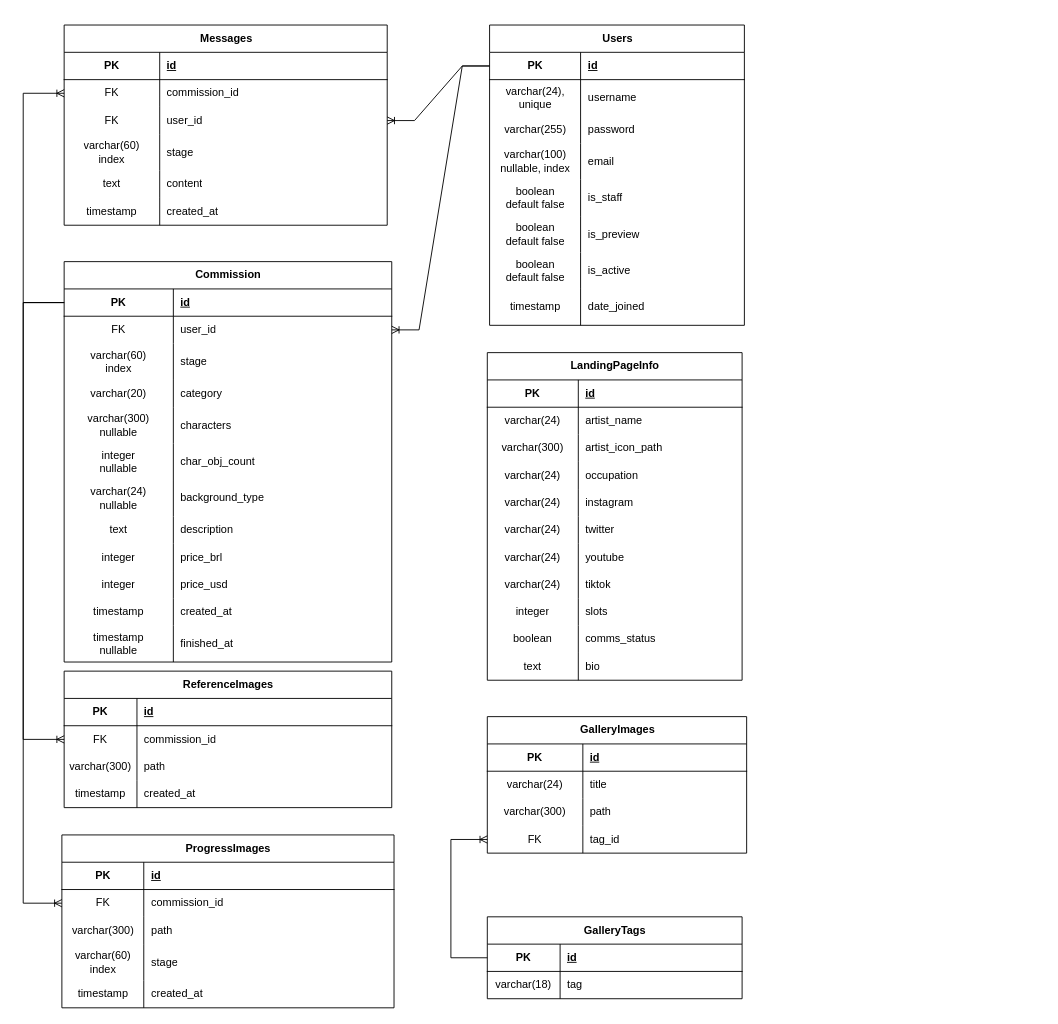
Earlier version of the draw.io diagram docs/diagramas/OAtelierER.drawio (nemesis-noctis/o-atelier). Source tidied: cells renumbered, new cells numbered last; positions are measured from the earlier drawing's top-left corner, leaving out a move shared by most shapes. Both pictures are drawn from the tidied source at 91%, with x=0, y=0 at pixel (23, 25).
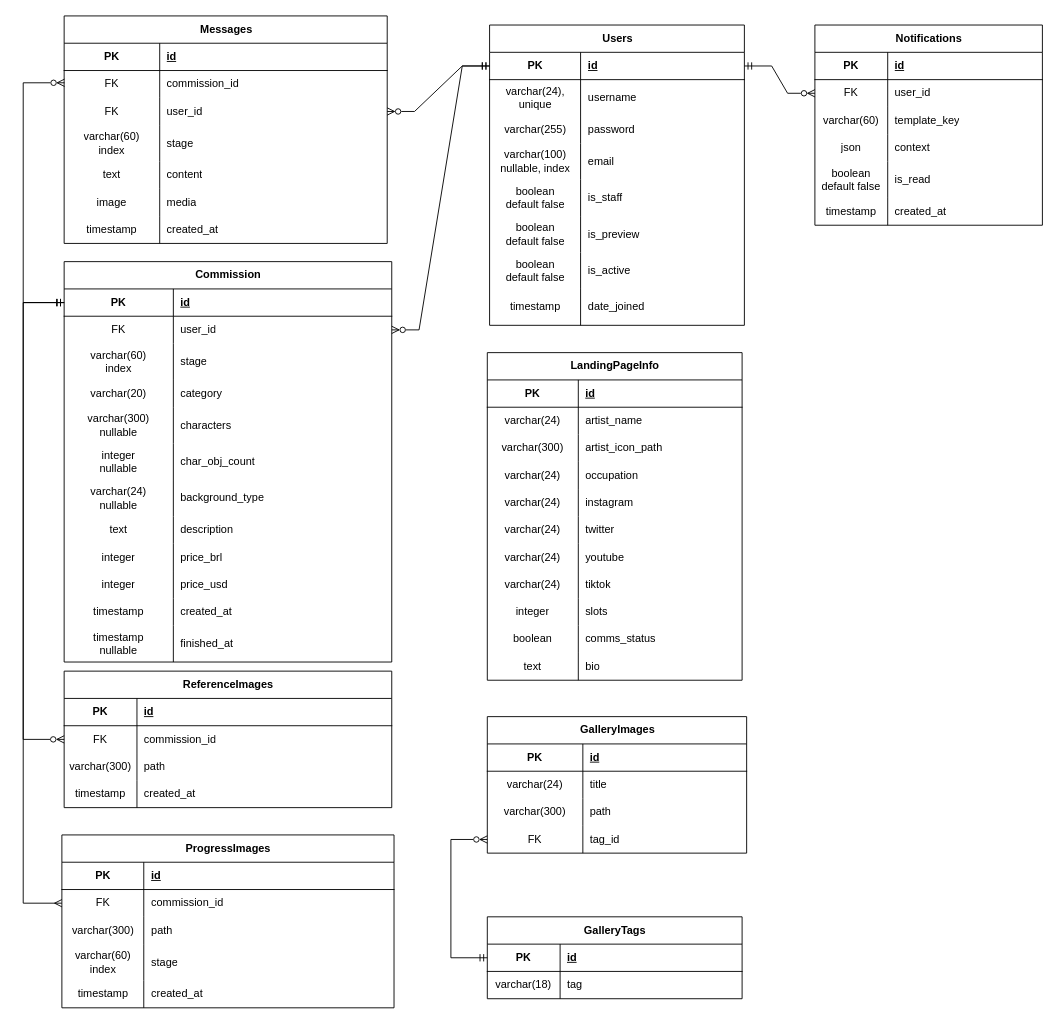
The same page after the edit.

Unchanged cells that the change refers to:
```xml
<mxCell id="37" style="shape=tableRow;horizontal=0;startSize=0;swimlaneHead=0;swimlaneBody=0;fillColor=none;points=[[0,0.5],[1,0.5]];portConstraint=eastwest;top=0;left=0;right=0;bottom=1;" parent="36" vertex="1">
  <mxGeometry y="30" width="280" height="30" as="geometry" />
</mxCell>
<mxCell id="62" style="shape=tableRow;horizontal=0;startSize=0;swimlaneHead=0;swimlaneBody=0;fillColor=none;points=[[0,0.5],[1,0.5]];portConstraint=eastwest;top=0;left=0;right=0;bottom=1;" parent="61" vertex="1">
  <mxGeometry y="30" width="280" height="30" as="geometry" />
</mxCell>
<mxCell id="78" style="shape=tableRow;horizontal=0;startSize=0;swimlaneHead=0;swimlaneBody=0;fillColor=none;points=[[0,0.5],[1,0.5]];portConstraint=eastwest;top=0;left=0;right=0;bottom=0;" parent="68" vertex="1">
  <mxGeometry y="120" width="285" height="30" as="geometry" />
</mxCell>
<mxCell id="83" style="shape=tableRow;horizontal=0;startSize=0;swimlaneHead=0;swimlaneBody=0;fillColor=none;points=[[0,0.5],[1,0.5]];portConstraint=eastwest;top=0;left=0;right=0;bottom=1;" parent="82" vertex="1">
  <mxGeometry y="30" width="360" height="30" as="geometry" />
</mxCell>
<mxCell id="86" style="shape=tableRow;horizontal=0;startSize=0;swimlaneHead=0;swimlaneBody=0;fillColor=none;points=[[0,0.5],[1,0.5]];portConstraint=eastwest;top=0;left=0;right=0;bottom=0;" parent="82" vertex="1">
  <mxGeometry y="60" width="360" height="30" as="geometry" />
</mxCell>
<mxCell id="124" style="shape=tableRow;horizontal=0;startSize=0;swimlaneHead=0;swimlaneBody=0;fillColor=none;points=[[0,0.5],[1,0.5]];portConstraint=eastwest;top=0;left=0;right=0;bottom=0;" parent="120" vertex="1">
  <mxGeometry y="60" width="360" height="30" as="geometry" />
</mxCell>
<mxCell id="137" style="shape=tableRow;horizontal=0;startSize=0;swimlaneHead=0;swimlaneBody=0;fillColor=none;points=[[0,0.5],[1,0.5]];portConstraint=eastwest;top=0;left=0;right=0;bottom=0;" parent="133" vertex="1">
  <mxGeometry y="60" width="365" height="30" as="geometry" />
</mxCell>
<mxCell id="155" style="shape=tableRow;horizontal=0;startSize=0;swimlaneHead=0;swimlaneBody=0;fillColor=none;points=[[0,0.5],[1,0.5]];portConstraint=eastwest;top=0;left=0;right=0;bottom=0;" parent="151" vertex="1">
  <mxGeometry y="60" width="355" height="30" as="geometry" />
</mxCell>
<mxCell id="158" style="shape=tableRow;horizontal=0;startSize=0;swimlaneHead=0;swimlaneBody=0;fillColor=none;points=[[0,0.5],[1,0.5]];portConstraint=eastwest;top=0;left=0;right=0;bottom=0;" parent="151" vertex="1">
  <mxGeometry y="90" width="355" height="30" as="geometry" />
</mxCell>
<mxCell id="167" style="shape=tableRow;horizontal=0;startSize=0;swimlaneHead=0;swimlaneBody=0;fillColor=none;top=0;left=0;right=0;bottom=0;" parent="151" vertex="1">
  <mxGeometry y="190" width="355" height="30" as="geometry" />
</mxCell>
```

Diff of the diagram source:
```diff
@@
-    <mxCell id="81" style="edgeStyle=orthogonalEdgeStyle;fontSize=12;html=1;endArrow=ERoneToMany;rounded=0;exitX=0;exitY=0.5;exitDx=0;exitDy=0;entryX=0;entryY=0.5;entryDx=0;entryDy=0;" parent="1" edge="1" source="62" target="78">
+    <mxCell id="81" style="edgeStyle=orthogonalEdgeStyle;fontSize=12;html=1;endArrow=ERzeroToMany;rounded=0;exitX=0;exitY=0.5;exitDx=0;exitDy=0;entryX=0;entryY=0.5;entryDx=0;entryDy=0;endFill=0;startArrow=ERmandOne;startFill=0;" parent="1" edge="1" source="62" target="78">
       <mxGeometry relative="1" as="geometry">
         <Array as="points">
           <mxPoint x="470" y="1025" />
           <mxPoint x="470" y="895" />
         </Array>
       </mxGeometry>
     </mxCell>
@@
-    <mxCell id="119" style="edgeStyle=entityRelationEdgeStyle;fontSize=12;html=1;endArrow=ERoneToMany;rounded=0;exitX=0;exitY=0.5;exitDx=0;exitDy=0;entryX=1;entryY=0.5;entryDx=0;entryDy=0;" parent="1" edge="1" source="37" target="86">
+    <mxCell id="119" style="edgeStyle=entityRelationEdgeStyle;fontSize=12;html=1;endArrow=ERzeroToMany;rounded=0;exitX=0;exitY=0.5;exitDx=0;exitDy=0;entryX=1;entryY=0.5;entryDx=0;entryDy=0;endFill=0;startArrow=ERmandOne;startFill=0;" parent="1" edge="1" source="37" target="86">
       <mxGeometry relative="1" as="geometry" />
     </mxCell>
@@
-    <mxCell id="149" style="edgeStyle=orthogonalEdgeStyle;fontSize=12;html=1;endArrow=ERoneToMany;rounded=0;entryX=0;entryY=0.5;entryDx=0;entryDy=0;exitX=0;exitY=0.5;exitDx=0;exitDy=0;" parent="1" edge="1" source="83" target="124">
+    <mxCell id="149" style="edgeStyle=orthogonalEdgeStyle;fontSize=12;html=1;endArrow=ERzeroToMany;rounded=0;entryX=0;entryY=0.5;entryDx=0;entryDy=0;exitX=0;exitY=0.5;exitDx=0;exitDy=0;startArrow=ERmandOne;startFill=0;endFill=0;" parent="1" edge="1" source="83" target="124">
       <mxGeometry relative="1" as="geometry">
         <Array as="points">
           <mxPoint y="305" />
           <mxPoint y="785" />
         </Array>
       </mxGeometry>
     </mxCell>
-    <mxCell id="150" style="edgeStyle=orthogonalEdgeStyle;fontSize=12;html=1;endArrow=ERoneToMany;rounded=0;entryX=0;entryY=0.5;entryDx=0;entryDy=0;exitX=0;exitY=0.5;exitDx=0;exitDy=0;" parent="1" edge="1" source="83" target="137">
+    <mxCell id="150" style="edgeStyle=orthogonalEdgeStyle;fontSize=12;html=1;endArrow=ERmany;rounded=0;entryX=0;entryY=0.5;entryDx=0;entryDy=0;exitX=0;exitY=0.5;exitDx=0;exitDy=0;startArrow=ERmandOne;startFill=0;endFill=0;" parent="1" edge="1" source="83" target="137">
       <mxGeometry relative="1" as="geometry">
         <Array as="points">
           <mxPoint y="305" />
           <mxPoint y="965" />
         </Array>
       </mxGeometry>
     </mxCell>
     <mxCell id="151" value="Messages" style="shape=table;startSize=30;childLayout=tableLayout;rowLines=0;fontStyle=1;align=center;html=1;" parent="1" vertex="1">
-      <mxGeometry x="45" width="355" height="220" as="geometry" />
+      <mxGeometry x="45" y="-10" width="355" height="250" as="geometry" />
     </mxCell>
@@
-    <mxCell id="168" value="timestamp" style="shape=partialRectangle;fillColor=none;top=0;left=0;bottom=0;right=0;overflow=hidden;whiteSpace=wrap;html=1;" parent="167" vertex="1">
+    <mxCell id="168" value="image" style="shape=partialRectangle;fillColor=none;top=0;left=0;bottom=0;right=0;overflow=hidden;whiteSpace=wrap;html=1;" parent="167" vertex="1">
       <mxGeometry width="105" height="30" as="geometry" />
     </mxCell>
-    <mxCell id="169" value="created_at" style="shape=partialRectangle;fillColor=none;top=0;left=0;bottom=0;right=0;align=left;spacingLeft=6;overflow=hidden;whiteSpace=wrap;html=1;" parent="167" vertex="1">
+    <mxCell id="169" value="media" style="shape=partialRectangle;fillColor=none;top=0;left=0;bottom=0;right=0;align=left;spacingLeft=6;overflow=hidden;whiteSpace=wrap;html=1;" parent="167" vertex="1">
       <mxGeometry x="105" width="250" height="30" as="geometry" />
     </mxCell>
+    <mxCell id="172" style="shape=tableRow;horizontal=0;startSize=0;swimlaneHead=0;swimlaneBody=0;fillColor=none;top=0;left=0;right=0;bottom=0;" parent="151" vertex="1">
+      <mxGeometry y="220" width="355" height="30" as="geometry" />
+    </mxCell>
+    <mxCell id="173" value="timestamp" style="shape=partialRectangle;fillColor=none;top=0;left=0;bottom=0;right=0;overflow=hidden;whiteSpace=wrap;html=1;" parent="172" vertex="1">
+      <mxGeometry width="105" height="30" as="geometry" />
+    </mxCell>
+    <mxCell id="174" value="created_at" style="shape=partialRectangle;fillColor=none;top=0;left=0;bottom=0;right=0;align=left;spacingLeft=6;overflow=hidden;whiteSpace=wrap;html=1;" parent="172" vertex="1">
+      <mxGeometry x="105" width="250" height="30" as="geometry" />
+    </mxCell>
-    <mxCell id="170" style="edgeStyle=orthogonalEdgeStyle;fontSize=12;html=1;endArrow=ERoneToMany;rounded=0;entryX=0;entryY=0.5;entryDx=0;entryDy=0;exitX=0;exitY=0.5;exitDx=0;exitDy=0;" parent="1" edge="1" source="83" target="155">
+    <mxCell id="170" style="edgeStyle=orthogonalEdgeStyle;fontSize=12;html=1;endArrow=ERzeroToMany;rounded=0;entryX=0.001;entryY=0.449;entryDx=0;entryDy=0;startArrow=ERmandOne;startFill=0;endFill=0;entryPerimeter=0;exitX=0;exitY=0.5;exitDx=0;exitDy=0;" parent="1" edge="1" source="83" target="155">
       <mxGeometry relative="1" as="geometry">
         <Array as="points">
           <mxPoint y="305" />
-          <mxPoint y="75" />
+          <mxPoint y="63" />
         </Array>
       </mxGeometry>
     </mxCell>
-    <mxCell id="171" style="edgeStyle=entityRelationEdgeStyle;fontSize=12;html=1;endArrow=ERoneToMany;rounded=0;entryX=1;entryY=0.5;entryDx=0;entryDy=0;exitX=0;exitY=0.5;exitDx=0;exitDy=0;" parent="1" edge="1" source="37" target="158">
+    <mxCell id="171" style="edgeStyle=entityRelationEdgeStyle;fontSize=12;html=1;endArrow=ERzeroToMany;rounded=0;entryX=1;entryY=0.5;entryDx=0;entryDy=0;exitX=0;exitY=0.5;exitDx=0;exitDy=0;endFill=0;startArrow=ERmandOne;startFill=0;" parent="1" edge="1" source="37" target="158">
       <mxGeometry relative="1" as="geometry" />
     </mxCell>
+    <mxCell id="175" value="Notifications" style="shape=table;startSize=30;childLayout=tableLayout;rowLines=0;fontStyle=1;align=center;html=1;" parent="1" vertex="1">
+      <mxGeometry x="870" width="250" height="220" as="geometry" />
+    </mxCell>
+    <mxCell id="176" style="shape=tableRow;horizontal=0;startSize=0;swimlaneHead=0;swimlaneBody=0;fillColor=none;top=0;left=0;right=0;bottom=1;" parent="175" vertex="1">
+      <mxGeometry y="30" width="250" height="30" as="geometry" />
+    </mxCell>
+    <mxCell id="177" value="PK" style="shape=partialRectangle;fillColor=none;top=0;left=0;bottom=0;right=0;fontStyle=1;overflow=hidden;whiteSpace=wrap;html=1;" parent="176" vertex="1">
+      <mxGeometry width="80" height="30" as="geometry" />
+    </mxCell>
+    <mxCell id="178" value="id" style="shape=partialRectangle;fillColor=none;top=0;left=0;bottom=0;right=0;align=left;spacingLeft=6;fontStyle=5;overflow=hidden;whiteSpace=wrap;html=1;" parent="176" vertex="1">
+      <mxGeometry x="80" width="170" height="30" as="geometry" />
+    </mxCell>
+    <mxCell id="179" style="shape=tableRow;horizontal=0;startSize=0;swimlaneHead=0;swimlaneBody=0;fillColor=none;points=[[0,0.5],[1,0.5]];portConstraint=eastwest;top=0;left=0;right=0;bottom=0;" parent="175" vertex="1">
+      <mxGeometry y="60" width="250" height="30" as="geometry" />
+    </mxCell>
+    <mxCell id="180" value="FK" style="shape=partialRectangle;fillColor=none;top=0;left=0;bottom=0;right=0;overflow=hidden;whiteSpace=wrap;html=1;" parent="179" vertex="1">
+      <mxGeometry width="80" height="30" as="geometry" />
+    </mxCell>
+    <mxCell id="181" value="user_id" style="shape=partialRectangle;fillColor=none;top=0;left=0;bottom=0;right=0;align=left;spacingLeft=6;overflow=hidden;whiteSpace=wrap;html=1;" parent="179" vertex="1">
+      <mxGeometry x="80" width="170" height="30" as="geometry" />
+    </mxCell>
+    <mxCell id="182" style="shape=tableRow;horizontal=0;startSize=0;swimlaneHead=0;swimlaneBody=0;fillColor=none;top=0;left=0;right=0;bottom=0;" parent="175" vertex="1">
+      <mxGeometry y="90" width="250" height="30" as="geometry" />
+    </mxCell>
+    <mxCell id="183" value="varchar(60)" style="shape=partialRectangle;fillColor=none;top=0;left=0;bottom=0;right=0;overflow=hidden;whiteSpace=wrap;html=1;" parent="182" vertex="1">
+      <mxGeometry width="80" height="30" as="geometry" />
+    </mxCell>
+    <mxCell id="184" value="template_key" style="shape=partialRectangle;fillColor=none;top=0;left=0;bottom=0;right=0;align=left;spacingLeft=6;overflow=hidden;whiteSpace=wrap;html=1;" parent="182" vertex="1">
+      <mxGeometry x="80" width="170" height="30" as="geometry" />
+    </mxCell>
+    <mxCell id="185" style="shape=tableRow;horizontal=0;startSize=0;swimlaneHead=0;swimlaneBody=0;fillColor=none;top=0;left=0;right=0;bottom=0;" parent="175" vertex="1">
+      <mxGeometry y="120" width="250" height="30" as="geometry" />
+    </mxCell>
+    <mxCell id="186" value="json" style="shape=partialRectangle;fillColor=none;top=0;left=0;bottom=0;right=0;overflow=hidden;whiteSpace=wrap;html=1;" parent="185" vertex="1">
+      <mxGeometry width="80" height="30" as="geometry" />
+    </mxCell>
+    <mxCell id="187" value="context" style="shape=partialRectangle;fillColor=none;top=0;left=0;bottom=0;right=0;align=left;spacingLeft=6;overflow=hidden;whiteSpace=wrap;html=1;" parent="185" vertex="1">
+      <mxGeometry x="80" width="170" height="30" as="geometry" />
+    </mxCell>
+    <mxCell id="188" style="shape=tableRow;horizontal=0;startSize=0;swimlaneHead=0;swimlaneBody=0;fillColor=none;top=0;left=0;right=0;bottom=0;" parent="175" vertex="1">
+      <mxGeometry y="150" width="250" height="40" as="geometry" />
+    </mxCell>
+    <mxCell id="189" value="boolean&lt;br&gt;default false" style="shape=partialRectangle;fillColor=none;top=0;left=0;bottom=0;right=0;overflow=hidden;whiteSpace=wrap;html=1;" parent="188" vertex="1">
+      <mxGeometry width="80" height="40" as="geometry" />
+    </mxCell>
+    <mxCell id="190" value="is_read" style="shape=partialRectangle;fillColor=none;top=0;left=0;bottom=0;right=0;align=left;spacingLeft=6;overflow=hidden;whiteSpace=wrap;html=1;" parent="188" vertex="1">
+      <mxGeometry x="80" width="170" height="40" as="geometry" />
+    </mxCell>
+    <mxCell id="191" style="shape=tableRow;horizontal=0;startSize=0;swimlaneHead=0;swimlaneBody=0;fillColor=none;top=0;left=0;right=0;bottom=0;" parent="175" vertex="1">
+      <mxGeometry y="190" width="250" height="30" as="geometry" />
+    </mxCell>
+    <mxCell id="192" value="timestamp" style="shape=partialRectangle;fillColor=none;top=0;left=0;bottom=0;right=0;overflow=hidden;whiteSpace=wrap;html=1;" parent="191" vertex="1">
+      <mxGeometry width="80" height="30" as="geometry" />
+    </mxCell>
+    <mxCell id="193" value="created_at" style="shape=partialRectangle;fillColor=none;top=0;left=0;bottom=0;right=0;align=left;spacingLeft=6;overflow=hidden;whiteSpace=wrap;html=1;" parent="191" vertex="1">
+      <mxGeometry x="80" width="170" height="30" as="geometry" />
+    </mxCell>
+    <mxCell id="194" style="edgeStyle=entityRelationEdgeStyle;fontSize=12;html=1;endArrow=ERzeroToMany;startArrow=ERmandOne;rounded=0;exitX=1;exitY=0.5;exitDx=0;exitDy=0;strokeColor=default;entryX=0;entryY=0.5;entryDx=0;entryDy=0;endFill=0;startFill=0;" parent="1" edge="1" source="37" target="179">
+      <mxGeometry relative="1" as="geometry">
+        <Array as="points">
+          <mxPoint x="850" y="50" />
+        </Array>
+      </mxGeometry>
+    </mxCell>
```
